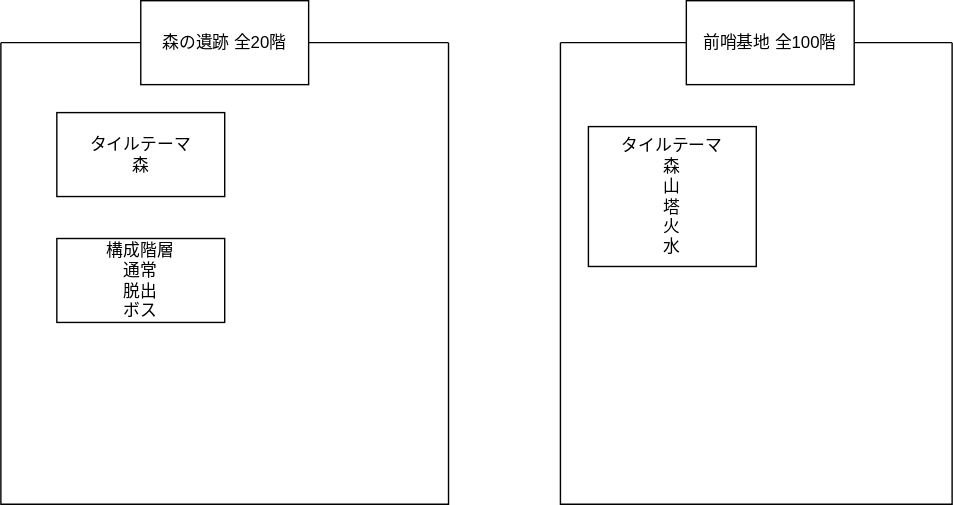
This is docs/images/20231203level.drawio.svg from kijimaD/ruins, a draw.io export, as it was before one commit. Source tidied: cells renumbered, new cells last; positions are measured from the earlier drawing's top-left corner, leaving out a move shared by most shapes.
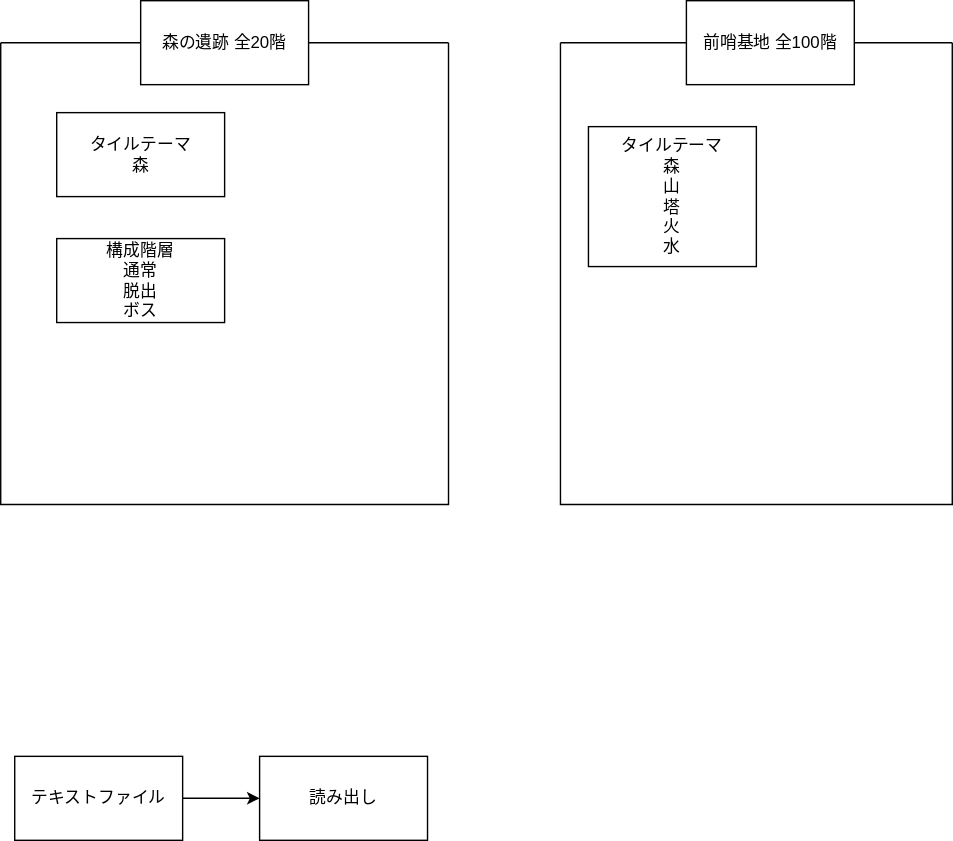
Above is the later version.

The edit, as a diff of the source:
```diff
@@ -23,5 +23,14 @@
     <mxCell id="8" value="タイルテーマ&amp;nbsp;&lt;br&gt;森&lt;br&gt;山&lt;br&gt;塔&lt;br&gt;火&lt;br&gt;水" style="whiteSpace=wrap;html=1;" parent="6" vertex="1">
       <mxGeometry x="20" y="60" width="120" height="100" as="geometry" />
     </mxCell>
+    <mxCell id="9" style="edgeStyle=none;html=1;" parent="1" edge="1" source="10" target="11">
+      <mxGeometry relative="1" as="geometry" />
+    </mxCell>
+    <mxCell id="10" value="テキストファイル&amp;nbsp;" style="whiteSpace=wrap;html=1;" parent="1" vertex="1">
+      <mxGeometry x="10" y="540" width="120" height="60" as="geometry" />
+    </mxCell>
+    <mxCell id="11" value="読み出し" style="whiteSpace=wrap;html=1;" parent="1" vertex="1">
+      <mxGeometry x="185" y="540" width="120" height="60" as="geometry" />
+    </mxCell>
   </root>
 </mxGraphModel>
```
